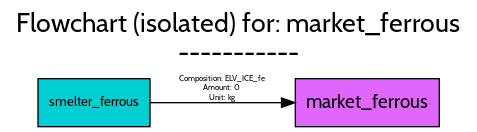
This is src/examples/ELV/figures/flowcharts/processes/png/market_ferrous.png from FutuRaM-Project/Recovery-Model, a Graphviz export, as it was before one commit. Its source is kept beside it as src/examples/ELV/figures/flowcharts/processes/dot/market_ferrous.dot.
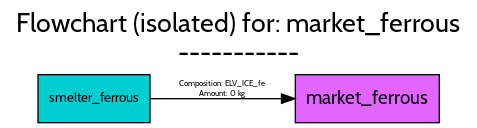
The same file after the commit.

The edit, as a diff of the source:
```diff
@@ -1,5 +1,5 @@
 digraph {
-	graph [bb="0,0,350,91",
+	graph [bb="0,0,350,88",
 		font=Cabin,
 		fontname=Cabin,
 		fontsize=20,
@@ -8,7 +8,7 @@
 		labeljust=c,
 		labelloc=tc,
 		lheight=0.61,
-		lp="175,65",
+		lp="175,62",
 		lwidth=4.64,
 		nodesep=0.6,
 		rankdir=LR,
@@ -35,8 +35,7 @@
 		fontname=Cabin,
 		fontsize=6,
 		label="Composition: ELV_ICE_fe
-Amount: 0
-Unit: kg",
-		lp="163,28.5",
+Amount: 0 kg",
+		lp="163,25",
 		pos="e,217.14,18 108.58,18 136.81,18 174.83,18 206.94,18"];
 }
```
